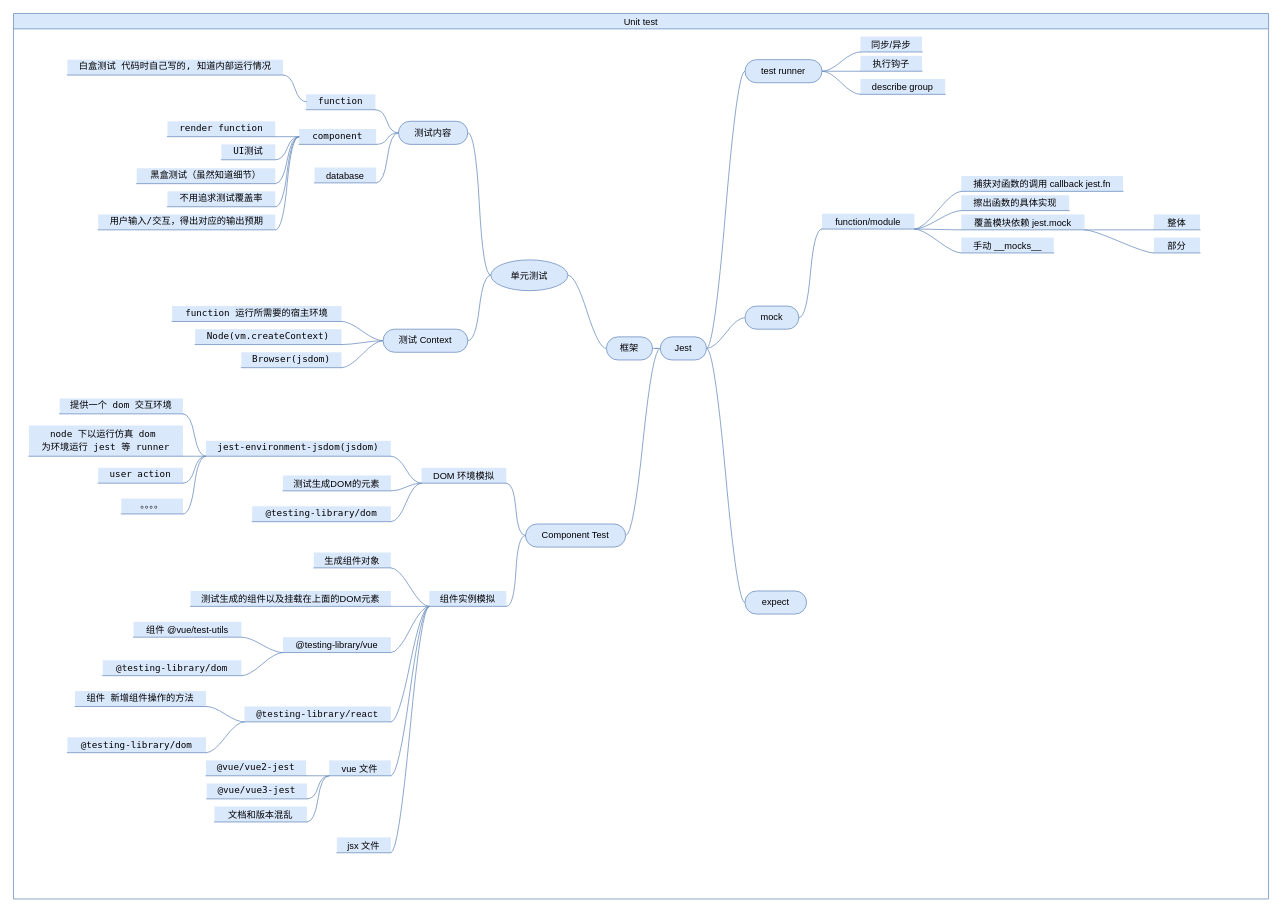
This is page "unit test" (2 of 4) of code-test/test.drawio from NiLinli/learn-web, a draw.io file, before an edit. Source tidied: cells renumbered, new cells numbered last; positions are measured from the earlier drawing's top-left corner, leaving out a move shared by most shapes. Both pictures are drawn from the tidied source at 77%, with x=0, y=0 at pixel (13, 13).
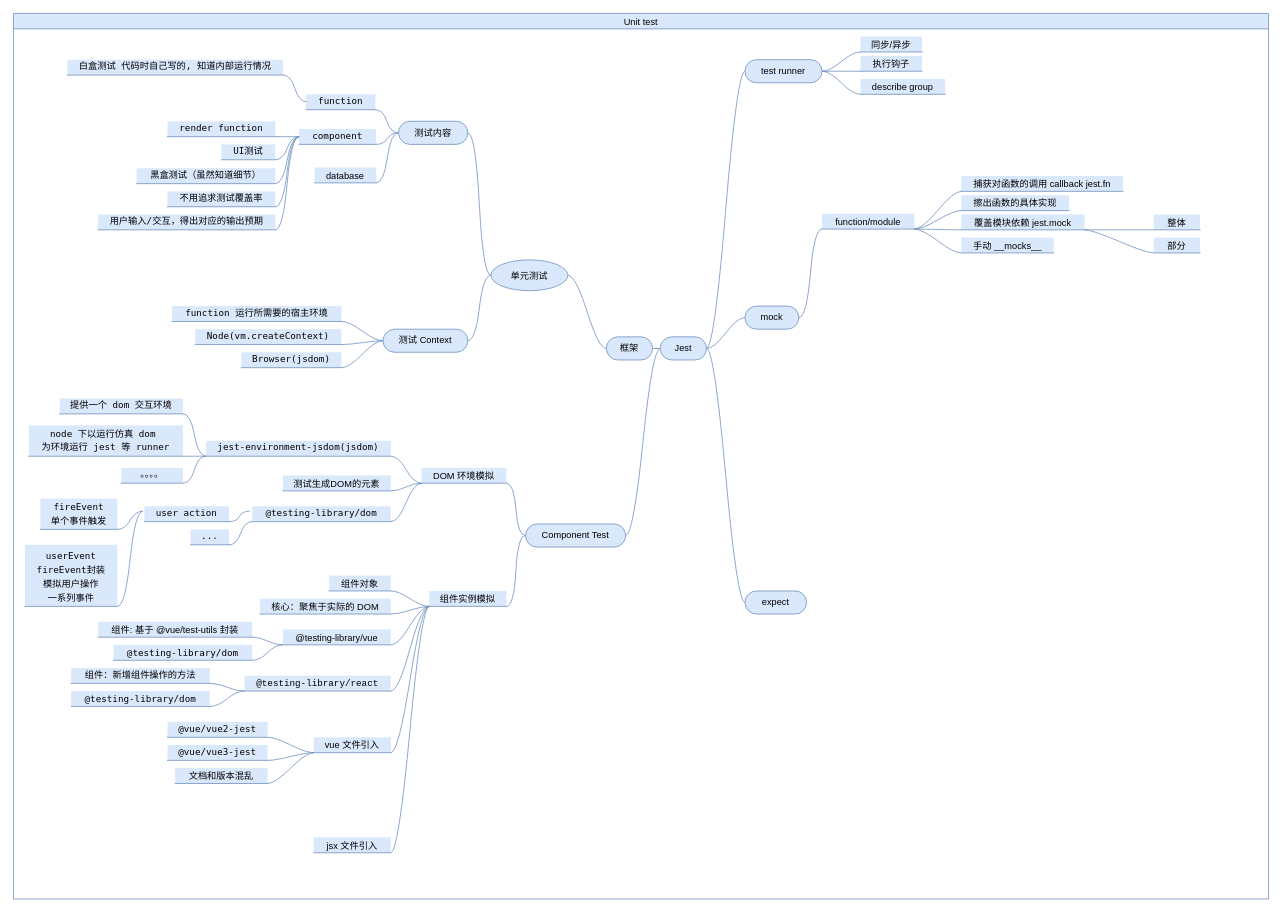
The same diagram, later.

Unchanged cells that the change refers to:
```xml
<mxCell id="2" value="Unit test" style="swimlane;startSize=20;horizontal=1;containerType=tree;fillColor=#dae8fc;strokeColor=#6c8ebf;labelBackgroundColor=none;fontStyle=0;fontColor=default;fontSize=12;" parent="1" vertex="1">
  <mxGeometry width="1630" height="1150" as="geometry" />
</mxCell>
<mxCell id="61" value="&lt;div style=&quot;font-family: menlo, monaco, &amp;quot;courier new&amp;quot;, monospace; line-height: 18px; font-size: 12px;&quot;&gt;jest-environment-jsdom(jsdom)&lt;/div&gt;" style="whiteSpace=wrap;html=1;shape=partialRectangle;top=0;left=0;bottom=1;right=0;points=[[0,1],[1,1]];fillColor=#dae8fc;align=center;verticalAlign=bottom;routingCenterY=0.5;snapToPoint=1;newEdgeStyle={&quot;edgeStyle&quot;:&quot;entityRelationEdgeStyle&quot;,&quot;startArrow&quot;:&quot;none&quot;,&quot;endArrow&quot;:&quot;none&quot;,&quot;segment&quot;:10,&quot;curved&quot;:1};labelBackgroundColor=none;fontSize=12;strokeColor=#6c8ebf;fontColor=default;fontStyle=0;" parent="2" vertex="1">
  <mxGeometry x="250" y="555" width="240" height="20" as="geometry" />
</mxCell>
<mxCell id="65" value="&lt;div style=&quot;font-family: menlo, monaco, &amp;quot;courier new&amp;quot;, monospace; line-height: 18px; font-size: 12px;&quot;&gt;&lt;span style=&quot;font-size: 12px;&quot;&gt;@testing-library/dom&lt;/span&gt;&lt;/div&gt;" style="whiteSpace=wrap;html=1;shape=partialRectangle;top=0;left=0;bottom=1;right=0;points=[[0,1],[1,1]];fillColor=#dae8fc;align=center;verticalAlign=bottom;routingCenterY=0.5;snapToPoint=1;newEdgeStyle={&quot;edgeStyle&quot;:&quot;entityRelationEdgeStyle&quot;,&quot;startArrow&quot;:&quot;none&quot;,&quot;endArrow&quot;:&quot;none&quot;,&quot;segment&quot;:10,&quot;curved&quot;:1};labelBackgroundColor=none;fontSize=12;strokeColor=#6c8ebf;fontColor=default;fontStyle=0;" parent="2" vertex="1">
  <mxGeometry x="310" y="640" width="180" height="20" as="geometry" />
</mxCell>
```

Change to the diagram source:
```diff
@@
-    <mxCell id="68" value="生成组件对象" style="whiteSpace=wrap;html=1;shape=partialRectangle;top=0;left=0;bottom=1;right=0;points=[[0,1],[1,1]];fillColor=#dae8fc;align=center;verticalAlign=bottom;routingCenterY=0.5;snapToPoint=1;newEdgeStyle={&quot;edgeStyle&quot;:&quot;entityRelationEdgeStyle&quot;,&quot;startArrow&quot;:&quot;none&quot;,&quot;endArrow&quot;:&quot;none&quot;,&quot;segment&quot;:10,&quot;curved&quot;:1};labelBackgroundColor=none;fontSize=12;strokeColor=#6c8ebf;fontColor=default;fontStyle=0;" parent="2" vertex="1">
-      <mxGeometry x="390" y="700" width="100" height="20" as="geometry" />
+    <mxCell id="68" value="组件对象" style="whiteSpace=wrap;html=1;shape=partialRectangle;top=0;left=0;bottom=1;right=0;points=[[0,1],[1,1]];fillColor=#dae8fc;align=center;verticalAlign=bottom;routingCenterY=0.5;snapToPoint=1;newEdgeStyle={&quot;edgeStyle&quot;:&quot;entityRelationEdgeStyle&quot;,&quot;startArrow&quot;:&quot;none&quot;,&quot;endArrow&quot;:&quot;none&quot;,&quot;segment&quot;:10,&quot;curved&quot;:1};labelBackgroundColor=none;fontSize=12;strokeColor=#6c8ebf;fontColor=default;fontStyle=0;" parent="2" vertex="1">
+      <mxGeometry x="410" y="730" width="80" height="20" as="geometry" />
     </mxCell>
@@
-    <mxCell id="71" value="测试生成的组件以及挂载在上面的DOM元素" style="whiteSpace=wrap;html=1;shape=partialRectangle;top=0;left=0;bottom=1;right=0;points=[[0,1],[1,1]];fillColor=#dae8fc;align=center;verticalAlign=bottom;routingCenterY=0.5;snapToPoint=1;newEdgeStyle={&quot;edgeStyle&quot;:&quot;entityRelationEdgeStyle&quot;,&quot;startArrow&quot;:&quot;none&quot;,&quot;endArrow&quot;:&quot;none&quot;,&quot;segment&quot;:10,&quot;curved&quot;:1};labelBackgroundColor=none;fontSize=12;strokeColor=#6c8ebf;fontColor=default;fontStyle=0;" parent="2" vertex="1">
-      <mxGeometry x="230" y="750" width="260" height="20" as="geometry" />
+    <mxCell id="71" value="核心：聚焦于实际的 DOM" style="whiteSpace=wrap;html=1;shape=partialRectangle;top=0;left=0;bottom=1;right=0;points=[[0,1],[1,1]];fillColor=#dae8fc;align=center;verticalAlign=bottom;routingCenterY=0.5;snapToPoint=1;newEdgeStyle={&quot;edgeStyle&quot;:&quot;entityRelationEdgeStyle&quot;,&quot;startArrow&quot;:&quot;none&quot;,&quot;endArrow&quot;:&quot;none&quot;,&quot;segment&quot;:10,&quot;curved&quot;:1};labelBackgroundColor=none;fontSize=12;strokeColor=#6c8ebf;fontColor=default;fontStyle=0;" parent="2" vertex="1">
+      <mxGeometry x="320" y="760" width="170" height="20" as="geometry" />
     </mxCell>
@@
-    <mxCell id="76" style="edgeStyle=entityRelationEdgeStyle;startArrow=none;endArrow=none;segment=10;curved=1;rounded=0;labelBackgroundColor=none;fontSize=12;fontColor=default;fillColor=#dae8fc;strokeColor=#6c8ebf;fontStyle=0;" parent="2" edge="1" source="61" target="77">
+    <mxCell id="76" style="edgeStyle=entityRelationEdgeStyle;startArrow=none;endArrow=none;segment=10;curved=1;rounded=0;labelBackgroundColor=none;fontSize=12;fontColor=default;fillColor=#dae8fc;strokeColor=#6c8ebf;fontStyle=0;exitX=-0.017;exitY=0.317;exitDx=0;exitDy=0;exitPerimeter=0;" parent="2" edge="1" source="65" target="77">
       <mxGeometry relative="1" as="geometry" />
     </mxCell>
     <mxCell id="77" value="&lt;div style=&quot;font-family: menlo, monaco, &amp;quot;courier new&amp;quot;, monospace; line-height: 18px; font-size: 12px;&quot;&gt;&lt;span style=&quot;font-size: 12px;&quot;&gt;user action&lt;/span&gt;&lt;/div&gt;" style="whiteSpace=wrap;html=1;shape=partialRectangle;top=0;left=0;bottom=1;right=0;points=[[0,1],[1,1]];fillColor=#dae8fc;align=center;verticalAlign=bottom;routingCenterY=0.5;snapToPoint=1;newEdgeStyle={&quot;edgeStyle&quot;:&quot;entityRelationEdgeStyle&quot;,&quot;startArrow&quot;:&quot;none&quot;,&quot;endArrow&quot;:&quot;none&quot;,&quot;segment&quot;:10,&quot;curved&quot;:1};labelBackgroundColor=none;fontSize=12;strokeColor=#6c8ebf;fontColor=default;fontStyle=0;" parent="2" vertex="1">
-      <mxGeometry x="110" y="590" width="110" height="20" as="geometry" />
+      <mxGeometry x="170" y="640" width="110" height="20" as="geometry" />
     </mxCell>
@@
     <mxCell id="79" value="@testing-library/vue" style="whiteSpace=wrap;html=1;shape=partialRectangle;top=0;left=0;bottom=1;right=0;points=[[0,1],[1,1]];fillColor=#dae8fc;align=center;verticalAlign=bottom;routingCenterY=0.5;snapToPoint=1;newEdgeStyle={&quot;edgeStyle&quot;:&quot;entityRelationEdgeStyle&quot;,&quot;startArrow&quot;:&quot;none&quot;,&quot;endArrow&quot;:&quot;none&quot;,&quot;segment&quot;:10,&quot;curved&quot;:1};labelBackgroundColor=none;fontSize=12;strokeColor=#6c8ebf;fontColor=default;fontStyle=0;" parent="2" vertex="1">
-      <mxGeometry x="350" y="810" width="140" height="20" as="geometry" />
+      <mxGeometry x="350" y="800" width="140" height="20" as="geometry" />
     </mxCell>
@@
-    <mxCell id="81" value="组件 @vue/test-utils" style="whiteSpace=wrap;html=1;shape=partialRectangle;top=0;left=0;bottom=1;right=0;points=[[0,1],[1,1]];fillColor=#dae8fc;align=center;verticalAlign=bottom;routingCenterY=0.5;snapToPoint=1;newEdgeStyle={&quot;edgeStyle&quot;:&quot;entityRelationEdgeStyle&quot;,&quot;startArrow&quot;:&quot;none&quot;,&quot;endArrow&quot;:&quot;none&quot;,&quot;segment&quot;:10,&quot;curved&quot;:1};labelBackgroundColor=none;fontSize=12;strokeColor=#6c8ebf;fontColor=default;fontStyle=0;" parent="2" vertex="1">
-      <mxGeometry x="156" y="790" width="140" height="20" as="geometry" />
+    <mxCell id="81" value="组件: 基于 @vue/test-utils 封装" style="whiteSpace=wrap;html=1;shape=partialRectangle;top=0;left=0;bottom=1;right=0;points=[[0,1],[1,1]];fillColor=#dae8fc;align=center;verticalAlign=bottom;routingCenterY=0.5;snapToPoint=1;newEdgeStyle={&quot;edgeStyle&quot;:&quot;entityRelationEdgeStyle&quot;,&quot;startArrow&quot;:&quot;none&quot;,&quot;endArrow&quot;:&quot;none&quot;,&quot;segment&quot;:10,&quot;curved&quot;:1};labelBackgroundColor=none;fontSize=12;strokeColor=#6c8ebf;fontColor=default;fontStyle=0;" parent="2" vertex="1">
+      <mxGeometry x="110" y="790" width="200" height="20" as="geometry" />
     </mxCell>
@@
     <mxCell id="83" value="&lt;span style=&quot;font-family: menlo, monaco, &amp;quot;courier new&amp;quot;, monospace; font-size: 12px;&quot;&gt;@testing-library/dom&lt;/span&gt;" style="whiteSpace=wrap;html=1;shape=partialRectangle;top=0;left=0;bottom=1;right=0;points=[[0,1],[1,1]];fillColor=#dae8fc;align=center;verticalAlign=bottom;routingCenterY=0.5;snapToPoint=1;newEdgeStyle={&quot;edgeStyle&quot;:&quot;entityRelationEdgeStyle&quot;,&quot;startArrow&quot;:&quot;none&quot;,&quot;endArrow&quot;:&quot;none&quot;,&quot;segment&quot;:10,&quot;curved&quot;:1};labelBackgroundColor=none;fontSize=12;strokeColor=#6c8ebf;fontColor=default;fontStyle=0;" parent="2" vertex="1">
-      <mxGeometry x="116" y="840" width="180" height="20" as="geometry" />
+      <mxGeometry x="130" y="820" width="180" height="20" as="geometry" />
     </mxCell>
@@
     <mxCell id="85" value="&lt;span style=&quot;font-family: &amp;quot;ibm plex mono&amp;quot;, monospace; font-size: 12px;&quot;&gt;@testing-library/react&lt;/span&gt;" style="whiteSpace=wrap;html=1;shape=partialRectangle;top=0;left=0;bottom=1;right=0;points=[[0,1],[1,1]];fillColor=#dae8fc;align=center;verticalAlign=bottom;routingCenterY=0.5;snapToPoint=1;newEdgeStyle={&quot;edgeStyle&quot;:&quot;entityRelationEdgeStyle&quot;,&quot;startArrow&quot;:&quot;none&quot;,&quot;endArrow&quot;:&quot;none&quot;,&quot;segment&quot;:10,&quot;curved&quot;:1};labelBackgroundColor=none;fontSize=12;strokeColor=#6c8ebf;fontColor=default;fontStyle=0;" parent="2" vertex="1">
-      <mxGeometry x="300" y="900" width="190" height="20" as="geometry" />
+      <mxGeometry x="300" y="860" width="190" height="20" as="geometry" />
     </mxCell>
@@
-    <mxCell id="87" value="&lt;span style=&quot;font-family: &amp;quot;ibm plex mono&amp;quot;, monospace; font-size: 12px;&quot;&gt;组件 新增组件操作的方法&lt;/span&gt;" style="whiteSpace=wrap;html=1;shape=partialRectangle;top=0;left=0;bottom=1;right=0;points=[[0,1],[1,1]];fillColor=#dae8fc;align=center;verticalAlign=bottom;routingCenterY=0.5;snapToPoint=1;newEdgeStyle={&quot;edgeStyle&quot;:&quot;entityRelationEdgeStyle&quot;,&quot;startArrow&quot;:&quot;none&quot;,&quot;endArrow&quot;:&quot;none&quot;,&quot;segment&quot;:10,&quot;curved&quot;:1};labelBackgroundColor=none;fontSize=12;strokeColor=#6c8ebf;fontColor=default;fontStyle=0;" parent="2" vertex="1">
-      <mxGeometry x="80" y="880" width="170" height="20" as="geometry" />
+    <mxCell id="87" value="&lt;span style=&quot;font-family: &amp;#34;ibm plex mono&amp;#34; , monospace ; font-size: 12px&quot;&gt;组件：新增组件操作的方法&lt;/span&gt;" style="whiteSpace=wrap;html=1;shape=partialRectangle;top=0;left=0;bottom=1;right=0;points=[[0,1],[1,1]];fillColor=#dae8fc;align=center;verticalAlign=bottom;routingCenterY=0.5;snapToPoint=1;newEdgeStyle={&quot;edgeStyle&quot;:&quot;entityRelationEdgeStyle&quot;,&quot;startArrow&quot;:&quot;none&quot;,&quot;endArrow&quot;:&quot;none&quot;,&quot;segment&quot;:10,&quot;curved&quot;:1};labelBackgroundColor=none;fontSize=12;strokeColor=#6c8ebf;fontColor=default;fontStyle=0;" parent="2" vertex="1">
+      <mxGeometry x="75" y="850" width="180" height="20" as="geometry" />
     </mxCell>
@@
     <mxCell id="89" value="&lt;span style=&quot;font-family: menlo, monaco, &amp;quot;courier new&amp;quot;, monospace; font-size: 12px;&quot;&gt;@testing-library/dom&lt;/span&gt;" style="whiteSpace=wrap;html=1;shape=partialRectangle;top=0;left=0;bottom=1;right=0;points=[[0,1],[1,1]];fillColor=#dae8fc;align=center;verticalAlign=bottom;routingCenterY=0.5;snapToPoint=1;newEdgeStyle={&quot;edgeStyle&quot;:&quot;entityRelationEdgeStyle&quot;,&quot;startArrow&quot;:&quot;none&quot;,&quot;endArrow&quot;:&quot;none&quot;,&quot;segment&quot;:10,&quot;curved&quot;:1};labelBackgroundColor=none;fontSize=12;strokeColor=#6c8ebf;fontColor=default;fontStyle=0;" parent="2" vertex="1">
-      <mxGeometry x="70" y="940" width="180" height="20" as="geometry" />
+      <mxGeometry x="75" y="880" width="180" height="20" as="geometry" />
     </mxCell>
@@
     <mxCell id="91" value="&lt;div style=&quot;font-family: menlo, monaco, &amp;quot;courier new&amp;quot;, monospace; line-height: 18px; font-size: 12px;&quot;&gt;。。。。&lt;/div&gt;" style="whiteSpace=wrap;html=1;shape=partialRectangle;top=0;left=0;bottom=1;right=0;points=[[0,1],[1,1]];fillColor=#dae8fc;align=center;verticalAlign=bottom;routingCenterY=0.5;snapToPoint=1;newEdgeStyle={&quot;edgeStyle&quot;:&quot;entityRelationEdgeStyle&quot;,&quot;startArrow&quot;:&quot;none&quot;,&quot;endArrow&quot;:&quot;none&quot;,&quot;segment&quot;:10,&quot;curved&quot;:1};labelBackgroundColor=none;fontSize=12;strokeColor=#6c8ebf;fontColor=default;fontStyle=0;" parent="2" vertex="1">
-      <mxGeometry x="140" y="630" width="80" height="20" as="geometry" />
+      <mxGeometry x="140" y="590" width="80" height="20" as="geometry" />
     </mxCell>
@@
-    <mxCell id="93" value="vue 文件" style="whiteSpace=wrap;html=1;shape=partialRectangle;top=0;left=0;bottom=1;right=0;points=[[0,1],[1,1]];fillColor=#dae8fc;align=center;verticalAlign=bottom;routingCenterY=0.5;snapToPoint=1;newEdgeStyle={&quot;edgeStyle&quot;:&quot;entityRelationEdgeStyle&quot;,&quot;startArrow&quot;:&quot;none&quot;,&quot;endArrow&quot;:&quot;none&quot;,&quot;segment&quot;:10,&quot;curved&quot;:1};labelBackgroundColor=none;fontSize=12;strokeColor=#6c8ebf;fontColor=default;fontStyle=0;" parent="2" vertex="1">
-      <mxGeometry x="410" y="970" width="80" height="20" as="geometry" />
+    <mxCell id="93" value="vue 文件引入" style="whiteSpace=wrap;html=1;shape=partialRectangle;top=0;left=0;bottom=1;right=0;points=[[0,1],[1,1]];fillColor=#dae8fc;align=center;verticalAlign=bottom;routingCenterY=0.5;snapToPoint=1;newEdgeStyle={&quot;edgeStyle&quot;:&quot;entityRelationEdgeStyle&quot;,&quot;startArrow&quot;:&quot;none&quot;,&quot;endArrow&quot;:&quot;none&quot;,&quot;segment&quot;:10,&quot;curved&quot;:1};labelBackgroundColor=none;fontSize=12;strokeColor=#6c8ebf;fontColor=default;fontStyle=0;" parent="2" vertex="1">
+      <mxGeometry x="390" y="940" width="100" height="20" as="geometry" />
     </mxCell>
@@
-    <mxCell id="95" value="jsx 文件" style="whiteSpace=wrap;html=1;shape=partialRectangle;top=0;left=0;bottom=1;right=0;points=[[0,1],[1,1]];fillColor=#dae8fc;align=center;verticalAlign=bottom;routingCenterY=0.5;snapToPoint=1;newEdgeStyle={&quot;edgeStyle&quot;:&quot;entityRelationEdgeStyle&quot;,&quot;startArrow&quot;:&quot;none&quot;,&quot;endArrow&quot;:&quot;none&quot;,&quot;segment&quot;:10,&quot;curved&quot;:1};labelBackgroundColor=none;fontSize=12;strokeColor=#6c8ebf;fontColor=default;fontStyle=0;" parent="2" vertex="1">
-      <mxGeometry x="420" y="1070" width="70" height="20" as="geometry" />
+    <mxCell id="95" value="jsx 文件引入" style="whiteSpace=wrap;html=1;shape=partialRectangle;top=0;left=0;bottom=1;right=0;points=[[0,1],[1,1]];fillColor=#dae8fc;align=center;verticalAlign=bottom;routingCenterY=0.5;snapToPoint=1;newEdgeStyle={&quot;edgeStyle&quot;:&quot;entityRelationEdgeStyle&quot;,&quot;startArrow&quot;:&quot;none&quot;,&quot;endArrow&quot;:&quot;none&quot;,&quot;segment&quot;:10,&quot;curved&quot;:1};labelBackgroundColor=none;fontSize=12;strokeColor=#6c8ebf;fontColor=default;fontStyle=0;" parent="2" vertex="1">
+      <mxGeometry x="390" y="1070" width="100" height="20" as="geometry" />
     </mxCell>
@@
     <mxCell id="97" value="&lt;div style=&quot;font-family: menlo, monaco, &amp;quot;courier new&amp;quot;, monospace; line-height: 18px;&quot;&gt;&lt;span style=&quot;&quot;&gt;@vue/vue2-jest&lt;/span&gt;&lt;/div&gt;" style="whiteSpace=wrap;html=1;shape=partialRectangle;top=0;left=0;bottom=1;right=0;points=[[0,1],[1,1]];fillColor=#dae8fc;align=center;verticalAlign=bottom;routingCenterY=0.5;snapToPoint=1;newEdgeStyle={&quot;edgeStyle&quot;:&quot;entityRelationEdgeStyle&quot;,&quot;startArrow&quot;:&quot;none&quot;,&quot;endArrow&quot;:&quot;none&quot;,&quot;segment&quot;:10,&quot;curved&quot;:1};labelBackgroundColor=none;fontSize=12;strokeColor=#6c8ebf;fontColor=default;fontStyle=0;" parent="2" vertex="1">
-      <mxGeometry x="250" y="970" width="130" height="20" as="geometry" />
+      <mxGeometry x="200" y="920" width="130" height="20" as="geometry" />
     </mxCell>
@@
     <mxCell id="99" value="&lt;div style=&quot;font-family: menlo, monaco, &amp;quot;courier new&amp;quot;, monospace; line-height: 18px;&quot;&gt;&lt;span style=&quot;&quot;&gt;@vue/vue3-jest&lt;/span&gt;&lt;/div&gt;" style="whiteSpace=wrap;html=1;shape=partialRectangle;top=0;left=0;bottom=1;right=0;points=[[0,1],[1,1]];fillColor=#dae8fc;align=center;verticalAlign=bottom;routingCenterY=0.5;snapToPoint=1;newEdgeStyle={&quot;edgeStyle&quot;:&quot;entityRelationEdgeStyle&quot;,&quot;startArrow&quot;:&quot;none&quot;,&quot;endArrow&quot;:&quot;none&quot;,&quot;segment&quot;:10,&quot;curved&quot;:1};labelBackgroundColor=none;fontSize=12;strokeColor=#6c8ebf;fontColor=default;fontStyle=0;" parent="2" vertex="1">
-      <mxGeometry x="251" y="1000" width="130" height="20" as="geometry" />
+      <mxGeometry x="200" y="950" width="130" height="20" as="geometry" />
     </mxCell>
@@
     <mxCell id="101" value="文档和版本混乱" style="whiteSpace=wrap;html=1;shape=partialRectangle;top=0;left=0;bottom=1;right=0;points=[[0,1],[1,1]];fillColor=#dae8fc;align=center;verticalAlign=bottom;routingCenterY=0.5;snapToPoint=1;newEdgeStyle={&quot;edgeStyle&quot;:&quot;entityRelationEdgeStyle&quot;,&quot;startArrow&quot;:&quot;none&quot;,&quot;endArrow&quot;:&quot;none&quot;,&quot;segment&quot;:10,&quot;curved&quot;:1};labelBackgroundColor=none;fontSize=12;strokeColor=#6c8ebf;fontColor=default;fontStyle=0;" parent="2" vertex="1">
-      <mxGeometry x="261" y="1030" width="120" height="20" as="geometry" />
+      <mxGeometry x="210" y="980" width="120" height="20" as="geometry" />
     </mxCell>
@@
+    <mxCell id="108" style="edgeStyle=entityRelationEdgeStyle;startArrow=none;endArrow=none;segment=10;curved=1;rounded=0;labelBackgroundColor=none;fontSize=12;fontColor=default;fillColor=#dae8fc;strokeColor=#6c8ebf;fontStyle=0;exitX=-0.017;exitY=0.317;exitDx=0;exitDy=0;exitPerimeter=0;" parent="2" edge="1" source="77" target="109">
+      <mxGeometry relative="1" as="geometry" />
+    </mxCell>
+    <mxCell id="109" value="&lt;div style=&quot;font-family: &amp;#34;menlo&amp;#34; , &amp;#34;monaco&amp;#34; , &amp;#34;courier new&amp;#34; , monospace ; line-height: 18px ; font-size: 12px&quot;&gt;fireEvent&lt;/div&gt;&lt;div style=&quot;font-family: &amp;#34;menlo&amp;#34; , &amp;#34;monaco&amp;#34; , &amp;#34;courier new&amp;#34; , monospace ; line-height: 18px ; font-size: 12px&quot;&gt;单个事件触发&lt;/div&gt;" style="whiteSpace=wrap;html=1;shape=partialRectangle;top=0;left=0;bottom=1;right=0;points=[[0,1],[1,1]];fillColor=#dae8fc;align=center;verticalAlign=bottom;routingCenterY=0.5;snapToPoint=1;newEdgeStyle={&quot;edgeStyle&quot;:&quot;entityRelationEdgeStyle&quot;,&quot;startArrow&quot;:&quot;none&quot;,&quot;endArrow&quot;:&quot;none&quot;,&quot;segment&quot;:10,&quot;curved&quot;:1};labelBackgroundColor=none;fontSize=12;strokeColor=#6c8ebf;fontColor=default;fontStyle=0;" parent="2" vertex="1">
+      <mxGeometry x="35" y="630" width="100" height="40" as="geometry" />
+    </mxCell>
+    <mxCell id="110" style="edgeStyle=entityRelationEdgeStyle;startArrow=none;endArrow=none;segment=10;curved=1;rounded=0;labelBackgroundColor=none;fontSize=12;fontColor=default;fillColor=#dae8fc;strokeColor=#6c8ebf;fontStyle=0;exitX=-0.017;exitY=0.317;exitDx=0;exitDy=0;exitPerimeter=0;" parent="2" edge="1" source="77" target="111">
+      <mxGeometry relative="1" as="geometry" />
+    </mxCell>
+    <mxCell id="111" value="&lt;div style=&quot;font-family: &amp;#34;menlo&amp;#34; , &amp;#34;monaco&amp;#34; , &amp;#34;courier new&amp;#34; , monospace ; line-height: 18px ; font-size: 12px&quot;&gt;&lt;span style=&quot;font-size: 12px&quot;&gt;userEvent&lt;/span&gt;&lt;/div&gt;&lt;div style=&quot;font-family: &amp;#34;menlo&amp;#34; , &amp;#34;monaco&amp;#34; , &amp;#34;courier new&amp;#34; , monospace ; line-height: 18px ; font-size: 12px&quot;&gt;fireEvent封装&lt;/div&gt;&lt;div style=&quot;font-family: &amp;#34;menlo&amp;#34; , &amp;#34;monaco&amp;#34; , &amp;#34;courier new&amp;#34; , monospace ; line-height: 18px ; font-size: 12px&quot;&gt;模拟用户操作&lt;/div&gt;&lt;div style=&quot;font-family: &amp;#34;menlo&amp;#34; , &amp;#34;monaco&amp;#34; , &amp;#34;courier new&amp;#34; , monospace ; line-height: 18px ; font-size: 12px&quot;&gt;一系列事件&lt;/div&gt;" style="whiteSpace=wrap;html=1;shape=partialRectangle;top=0;left=0;bottom=1;right=0;points=[[0,1],[1,1]];fillColor=#dae8fc;align=center;verticalAlign=bottom;routingCenterY=0.5;snapToPoint=1;newEdgeStyle={&quot;edgeStyle&quot;:&quot;entityRelationEdgeStyle&quot;,&quot;startArrow&quot;:&quot;none&quot;,&quot;endArrow&quot;:&quot;none&quot;,&quot;segment&quot;:10,&quot;curved&quot;:1};labelBackgroundColor=none;fontSize=12;strokeColor=#6c8ebf;fontColor=default;fontStyle=0;" parent="2" vertex="1">
+      <mxGeometry x="15" y="690" width="120" height="80" as="geometry" />
+    </mxCell>
+    <mxCell id="112" style="edgeStyle=entityRelationEdgeStyle;startArrow=none;endArrow=none;segment=10;curved=1;rounded=0;labelBackgroundColor=none;fontSize=12;fontColor=default;fillColor=#dae8fc;strokeColor=#6c8ebf;fontStyle=0;" parent="2" edge="1" source="65" target="113">
+      <mxGeometry relative="1" as="geometry" />
+    </mxCell>
+    <mxCell id="113" value="&lt;div style=&quot;font-family: &amp;#34;menlo&amp;#34; , &amp;#34;monaco&amp;#34; , &amp;#34;courier new&amp;#34; , monospace ; line-height: 18px ; font-size: 12px&quot;&gt;...&lt;/div&gt;" style="whiteSpace=wrap;html=1;shape=partialRectangle;top=0;left=0;bottom=1;right=0;points=[[0,1],[1,1]];fillColor=#dae8fc;align=center;verticalAlign=bottom;routingCenterY=0.5;snapToPoint=1;newEdgeStyle={&quot;edgeStyle&quot;:&quot;entityRelationEdgeStyle&quot;,&quot;startArrow&quot;:&quot;none&quot;,&quot;endArrow&quot;:&quot;none&quot;,&quot;segment&quot;:10,&quot;curved&quot;:1};labelBackgroundColor=none;fontSize=12;strokeColor=#6c8ebf;fontColor=default;fontStyle=0;" parent="2" vertex="1">
+      <mxGeometry x="230" y="670" width="50" height="20" as="geometry" />
+    </mxCell>
```
